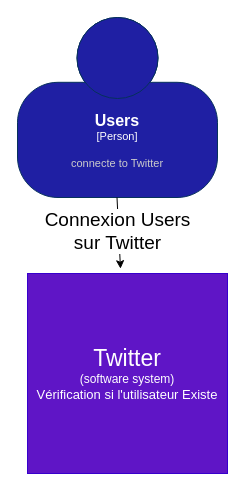
The draw.io diagram page "Context" (1 of 4) of Diagramme sans nom.drawio in SALVA243/AP-TWITTER, before the edit. Source tidied: cells renumbered, new cells numbered last; positions are measured from the earlier drawing's top-left corner, leaving out a move shared by most shapes. Both pictures are drawn from the tidied source at 100%, with x=0, y=0 at pixel (17, 17).
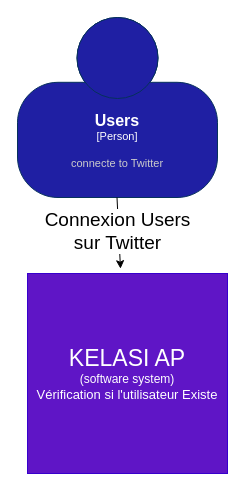
After the change.

Commit message:
DIAGRAMME KELASI APP

Diff of the diagram source:
```diff
@@
 <mxGraphModel>
   <root>
     <mxCell id="0" />
     <mxCell id="1" parent="0" />
     <object id="2" label="&lt;font style=&quot;font-size: 16px&quot;&gt;&lt;b&gt;%c4Name%&lt;/b&gt;&lt;/font&gt;&lt;div&gt;[%c4Type%]&lt;/div&gt;&lt;br&gt;&lt;div&gt;&lt;font style=&quot;font-size: 11px&quot;&gt;&lt;font color=&quot;#cccccc&quot;&gt;%c4Description%&lt;/font&gt;&lt;/div&gt;" c4Description="connecte to Twitter" c4Name="Users" c4Type="Person" placeholders="1">
       <mxCell style="html=1;fontSize=11;dashed=0;whiteSpace=wrap;fillColor=#1f1fa3;strokeColor=#06315C;fontColor=#ffffff;shape=mxgraph.c4.person2;align=center;" parent="1" vertex="1">
         <mxGeometry width="200" height="180" as="geometry" />
       </mxCell>
     </object>
     <mxCell id="3" style="endArrow=classic;html=1;rounded=0;entryX=0.465;entryY=-0.024;entryDx=0;entryDy=0;entryPerimeter=0;" parent="1" edge="1" target="5">
       <mxGeometry relative="1" as="geometry">
         <mxPoint x="99.5" y="180" as="sourcePoint" />
       </mxGeometry>
     </mxCell>
     <mxCell id="4" value="Connexion Users &lt;br&gt;sur Twitter" style="edgeLabel;html=1;align=center;verticalAlign=middle;fontSize=19;" parent="3" vertex="1">
       <mxGeometry x="-0.08" y="-2" relative="1" as="geometry" />
     </mxCell>
-    <mxCell id="5" value="&lt;font style=&quot;&quot;&gt;&lt;span style=&quot;font-size: 23px;&quot;&gt;Twitter&lt;br&gt;&lt;/span&gt;(software system)&lt;br&gt;&lt;font style=&quot;font-size: 13px;&quot;&gt;Vérification si l'utilisateur Existe&lt;/font&gt;&lt;br&gt;&lt;/font&gt;" style="whiteSpace=wrap;html=1;fillColor=#5f15c6;strokeColor=#3700CC;fontColor=#ffffff;" parent="1" vertex="1">
+    <mxCell id="5" value="&lt;font style=&quot;&quot;&gt;&lt;span style=&quot;font-size: 23px;&quot;&gt;KELASI AP&lt;br&gt;&lt;/span&gt;(software system)&lt;br&gt;&lt;font style=&quot;font-size: 13px;&quot;&gt;Vérification si l'utilisateur Existe&lt;/font&gt;&lt;br&gt;&lt;/font&gt;" style="whiteSpace=wrap;html=1;fillColor=#5f15c6;strokeColor=#3700CC;fontColor=#ffffff;" parent="1" vertex="1">
       <mxGeometry x="10" y="256" width="200" height="200" as="geometry" />
     </mxCell>
   </root>
 </mxGraphModel>
```
